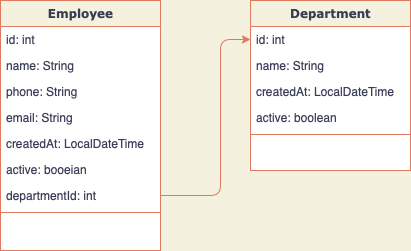
tatianaburii/employee-service keeps this draw.io diagram as images/EmployeeServiceModel.png. Above is the earlier version. Source tidied: cells renumbered, new cells last; positions are measured from the earlier drawing's top-left corner, leaving out a move shared by most shapes.
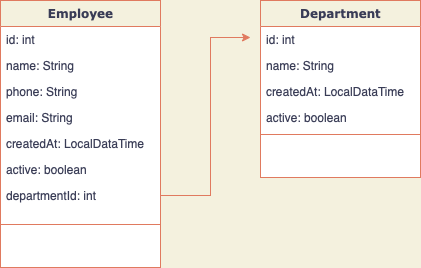
The same file after the commit.

Diff of the diagram source:
```diff
@@ -2,58 +2,59 @@
   <root>
     <mxCell id="0" />
     <mxCell id="1" parent="0" />
-    <mxCell id="2" value="Department" style="swimlane;html=1;fontStyle=1;align=center;verticalAlign=top;horizontal=1;startSize=26;swimlaneFillColor=#ffffff;rounded=0;shadow=0;comic=0;labelBackgroundColor=none;strokeWidth=1;fillColor=none;fontFamily=Verdana;fontSize=12;strokeColor=#E07A5F;fontColor=#393C56;" parent="1" vertex="1">
-      <mxGeometry x="250" width="160" height="170" as="geometry" />
+    <mxCell id="2" value="Employee" style="swimlane;html=1;fontStyle=1;align=center;verticalAlign=top;horizontal=1;startSize=26;swimlaneFillColor=#ffffff;rounded=0;shadow=0;comic=0;labelBackgroundColor=none;strokeWidth=1;fillColor=none;fontFamily=Verdana;fontSize=12;strokeColor=#E07A5F;fontColor=#393C56;" parent="1" vertex="1">
+      <mxGeometry x="30" y="-77" width="160" height="267" as="geometry" />
     </mxCell>
+    <mxCell id="18" value="id: int" style="text;html=1;strokeColor=none;fillColor=none;align=left;verticalAlign=top;spacingLeft=4;spacingRight=4;whiteSpace=wrap;overflow=hidden;fontColor=#393C56;" parent="2" vertex="1">
+      <mxGeometry y="26" width="160" height="26" as="geometry" />
+    </mxCell>
-    <mxCell id="3" value="id: int" style="text;html=1;strokeColor=none;fillColor=none;align=left;verticalAlign=top;spacingLeft=4;spacingRight=4;whiteSpace=wrap;overflow=hidden;points=[[0,0.5],[1,0.5]];portConstraint=eastwest;fontColor=#393C56;" parent="2" vertex="1">
-      <mxGeometry y="26" width="160" height="26" as="geometry" />
+    <mxCell id="3" value="name: String" style="text;html=1;strokeColor=none;fillColor=none;align=left;verticalAlign=top;spacingLeft=4;spacingRight=4;whiteSpace=wrap;overflow=hidden;points=[[0,0.5],[1,0.5]];portConstraint=eastwest;fontColor=#393C56;" parent="2" vertex="1">
+      <mxGeometry y="52" width="160" height="26" as="geometry" />
     </mxCell>
-    <mxCell id="4" value="name: String" style="text;html=1;strokeColor=none;fillColor=none;align=left;verticalAlign=top;spacingLeft=4;spacingRight=4;whiteSpace=wrap;overflow=hidden;fontColor=#393C56;" parent="2" vertex="1">
-      <mxGeometry y="52" width="160" height="26" as="geometry" />
+    <mxCell id="4" value="phone: String" style="text;html=1;strokeColor=none;fillColor=none;align=left;verticalAlign=top;spacingLeft=4;spacingRight=4;whiteSpace=wrap;overflow=hidden;fontColor=#393C56;" parent="2" vertex="1">
+      <mxGeometry y="78" width="160" height="26" as="geometry" />
     </mxCell>
+    <mxCell id="12" value="email: String" style="text;html=1;strokeColor=none;fillColor=none;align=left;verticalAlign=top;spacingLeft=4;spacingRight=4;whiteSpace=wrap;overflow=hidden;fontColor=#393C56;" parent="2" vertex="1">
+      <mxGeometry y="104" width="160" height="26" as="geometry" />
+    </mxCell>
-    <mxCell id="5" value="createdAt: LocalDateTime" style="text;html=1;strokeColor=none;fillColor=none;align=left;verticalAlign=top;spacingLeft=4;spacingRight=4;whiteSpace=wrap;overflow=hidden;fontColor=#393C56;" parent="2" vertex="1">
-      <mxGeometry y="78" width="160" height="26" as="geometry" />
+    <mxCell id="5" value="createdAt: LocalDataTime" style="text;html=1;strokeColor=none;fillColor=none;align=left;verticalAlign=top;spacingLeft=4;spacingRight=4;whiteSpace=wrap;overflow=hidden;fontColor=#393C56;" parent="2" vertex="1">
+      <mxGeometry y="130" width="160" height="26" as="geometry" />
     </mxCell>
     <mxCell id="6" value="active: boolean" style="text;html=1;strokeColor=none;fillColor=none;align=left;verticalAlign=top;spacingLeft=4;spacingRight=4;whiteSpace=wrap;overflow=hidden;fontColor=#393C56;" parent="2" vertex="1">
-      <mxGeometry y="104" width="160" height="26" as="geometry" />
+      <mxGeometry y="156" width="160" height="26" as="geometry" />
     </mxCell>
+    <mxCell id="15" value="departmentId: int" style="text;html=1;strokeColor=none;fillColor=none;align=left;verticalAlign=top;spacingLeft=4;spacingRight=4;whiteSpace=wrap;overflow=hidden;points=[[0,0.5],[1,0.5]];portConstraint=eastwest;fontColor=#393C56;" parent="2" vertex="1">
+      <mxGeometry y="182" width="160" height="26" as="geometry" />
+    </mxCell>
-    <mxCell id="7" style="line;html=1;strokeWidth=1;fillColor=none;align=left;verticalAlign=middle;spacingTop=-1;spacingLeft=3;spacingRight=3;labelPosition=right;strokeColor=#E07A5F;fontColor=#393C56;labelBackgroundColor=#F4F1DE;" parent="2" vertex="1">
-      <mxGeometry y="130" width="160" height="8" as="geometry" />
+    <mxCell id="7" style="line;html=1;strokeWidth=1;fillColor=none;align=left;verticalAlign=middle;spacingTop=-1;spacingLeft=3;spacingRight=3;labelPosition=right;labelBackgroundColor=#F4F1DE;strokeColor=#E07A5F;fontColor=#393C56;" parent="2" vertex="1">
+      <mxGeometry y="208" width="160" height="32" as="geometry" />
     </mxCell>
-    <mxCell id="8" value="Employee" style="swimlane;html=1;fontStyle=1;align=center;verticalAlign=top;horizontal=1;startSize=26;swimlaneFillColor=#ffffff;rounded=0;shadow=0;comic=0;labelBackgroundColor=none;strokeWidth=1;fillColor=none;fontFamily=Verdana;fontSize=12;strokeColor=#E07A5F;fontColor=#393C56;" parent="1" vertex="1">
-      <mxGeometry width="160" height="250" as="geometry" />
+    <mxCell id="8" value="Department" style="swimlane;html=1;fontStyle=1;align=center;verticalAlign=top;horizontal=1;startSize=26;swimlaneFillColor=#ffffff;rounded=0;shadow=0;comic=0;labelBackgroundColor=none;strokeWidth=1;fillColor=none;fontFamily=Verdana;fontSize=12;strokeColor=#E07A5F;fontColor=#393C56;" parent="1" vertex="1">
+      <mxGeometry x="290" y="-77" width="160" height="177" as="geometry" />
     </mxCell>
-    <mxCell id="9" value="id: int" style="text;html=1;strokeColor=none;fillColor=none;align=left;verticalAlign=top;spacingLeft=4;spacingRight=4;whiteSpace=wrap;overflow=hidden;fontColor=#393C56;" parent="8" vertex="1">
-      <mxGeometry y="26" width="160" height="26" as="geometry" />
-    </mxCell>
+    <mxCell id="19" value="id: int" style="text;html=1;strokeColor=none;fillColor=none;align=left;verticalAlign=top;spacingLeft=4;spacingRight=4;whiteSpace=wrap;overflow=hidden;fontColor=#393C56;" parent="8" vertex="1">
+      <mxGeometry y="26" width="160" height="26" as="geometry" />
+    </mxCell>
+    <mxCell id="20" value="name: String" style="text;html=1;strokeColor=none;fillColor=none;align=left;verticalAlign=top;spacingLeft=4;spacingRight=4;whiteSpace=wrap;overflow=hidden;fontColor=#393C56;" parent="8" vertex="1">
+      <mxGeometry y="52" width="160" height="26" as="geometry" />
+    </mxCell>
-    <mxCell id="10" value="name: String" style="text;html=1;strokeColor=none;fillColor=none;align=left;verticalAlign=top;spacingLeft=4;spacingRight=4;whiteSpace=wrap;overflow=hidden;fontColor=#393C56;" parent="8" vertex="1">
-      <mxGeometry y="52" width="160" height="26" as="geometry" />
+    <mxCell id="10" value="createdAt: LocalDataTime" style="text;html=1;strokeColor=none;fillColor=none;align=left;verticalAlign=top;spacingLeft=4;spacingRight=4;whiteSpace=wrap;overflow=hidden;fontColor=#393C56;" parent="8" vertex="1">
+      <mxGeometry y="78" width="160" height="26" as="geometry" />
     </mxCell>
-    <mxCell id="11" value="phone: String&lt;br&gt;" style="text;html=1;strokeColor=none;fillColor=none;align=left;verticalAlign=top;spacingLeft=4;spacingRight=4;whiteSpace=wrap;overflow=hidden;fontColor=#393C56;" parent="8" vertex="1">
-      <mxGeometry y="78" width="160" height="26" as="geometry" />
+    <mxCell id="11" value="active: boolean" style="text;html=1;strokeColor=none;fillColor=none;align=left;verticalAlign=top;spacingLeft=4;spacingRight=4;whiteSpace=wrap;overflow=hidden;fontColor=#393C56;" parent="8" vertex="1">
+      <mxGeometry y="104" width="160" height="26" as="geometry" />
     </mxCell>
-    <mxCell id="12" value="email: String" style="text;html=1;strokeColor=none;fillColor=none;align=left;verticalAlign=top;spacingLeft=4;spacingRight=4;whiteSpace=wrap;overflow=hidden;fontColor=#393C56;" parent="8" vertex="1">
-      <mxGeometry y="104" width="160" height="26" as="geometry" />
-    </mxCell>
-    <mxCell id="13" value="createdAt: LocalDateTime" style="text;html=1;strokeColor=none;fillColor=none;align=left;verticalAlign=top;spacingLeft=4;spacingRight=4;whiteSpace=wrap;overflow=hidden;fontColor=#393C56;" parent="8" vertex="1">
-      <mxGeometry y="130" width="160" height="26" as="geometry" />
-    </mxCell>
-    <mxCell id="14" value="active: booeian" style="text;html=1;strokeColor=none;fillColor=none;align=left;verticalAlign=top;spacingLeft=4;spacingRight=4;whiteSpace=wrap;overflow=hidden;fontColor=#393C56;" parent="8" vertex="1">
-      <mxGeometry y="156" width="160" height="26" as="geometry" />
-    </mxCell>
-    <mxCell id="15" value="departmentId: int" style="text;html=1;strokeColor=none;fillColor=none;align=left;verticalAlign=top;spacingLeft=4;spacingRight=4;whiteSpace=wrap;overflow=hidden;points=[[0,0.5],[1,0.5]];portConstraint=eastwest;fontColor=#393C56;" parent="8" vertex="1">
-      <mxGeometry y="182" width="160" height="26" as="geometry" />
-    </mxCell>
-    <mxCell id="16" style="line;html=1;strokeWidth=1;fillColor=none;align=left;verticalAlign=middle;spacingTop=-1;spacingLeft=3;spacingRight=3;labelPosition=right;strokeColor=#E07A5F;fontColor=#393C56;labelBackgroundColor=#F4F1DE;" parent="8" vertex="1">
-      <mxGeometry y="208" width="160" height="8" as="geometry" />
+    <mxCell id="16" style="line;html=1;strokeWidth=1;fillColor=none;align=left;verticalAlign=middle;spacingTop=-1;spacingLeft=3;spacingRight=3;labelPosition=right;labelBackgroundColor=#F4F1DE;strokeColor=#E07A5F;fontColor=#393C56;" parent="8" vertex="1">
+      <mxGeometry y="130" width="160" height="8" as="geometry" />
     </mxCell>
-    <mxCell id="17" style="endArrow=classic;html=1;rounded=1;sketch=0;fontColor=#393C56;strokeColor=#E07A5F;fillColor=#F2CC8F;curved=0;exitX=1;exitY=0.5;exitDx=0;exitDy=0;entryX=0;entryY=0.5;entryDx=0;entryDy=0;labelBackgroundColor=#F4F1DE;" parent="1" edge="1" source="15" target="3">
-      <mxGeometry relative="1" as="geometry">
-        <Array as="points">
-          <mxPoint x="220" y="195" />
-          <mxPoint x="220" y="39" />
-        </Array>
-      </mxGeometry>
-    </mxCell>
+    <mxCell id="21" style="edgeStyle=orthogonalEdgeStyle;rounded=0;jettySize=auto;html=1;exitX=1;exitY=0.5;exitDx=0;exitDy=0;labelBackgroundColor=#F4F1DE;strokeColor=#E07A5F;fontColor=#393C56;" parent="1" edge="1" source="15">
+      <mxGeometry relative="1" as="geometry">
+        <mxPoint x="280" y="-40" as="targetPoint" />
+        <Array as="points">
+          <mxPoint x="240" y="118" />
+          <mxPoint x="240" y="-40" />
+        </Array>
+      </mxGeometry>
+    </mxCell>
   </root>
 </mxGraphModel>
```
